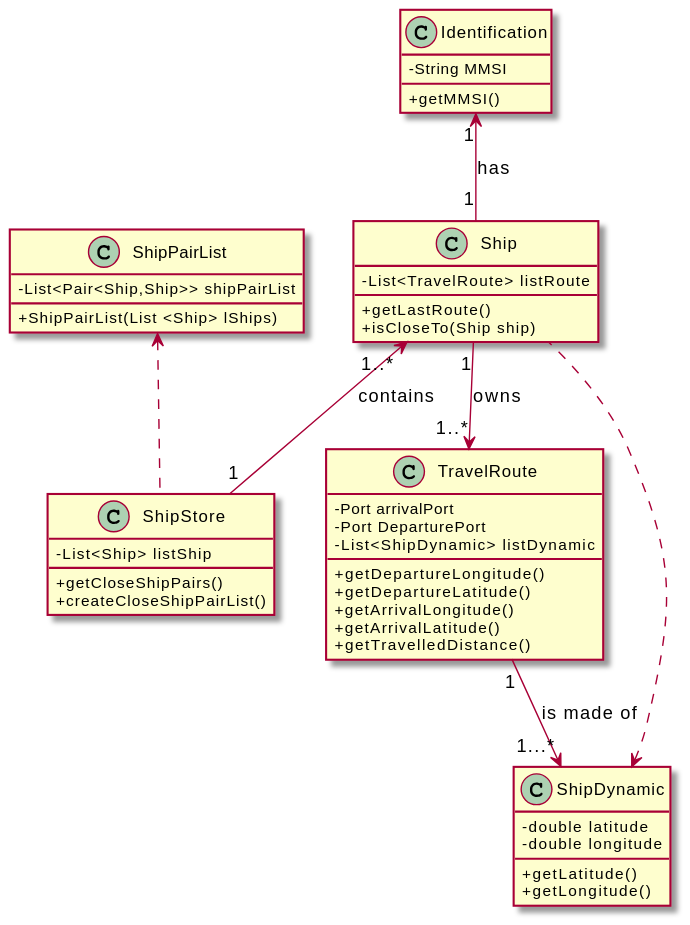
RuiRioPina/CargoMaster keeps this PlantUML diagram as docs/US107/US_107_CD.svg. Above is the earlier version.
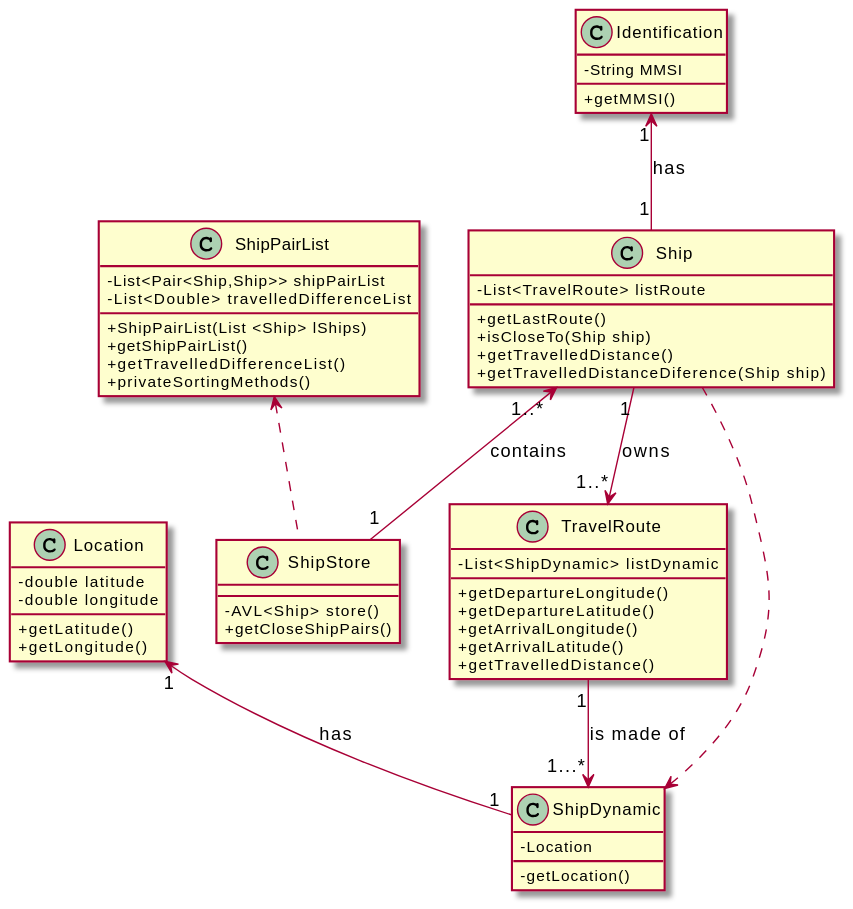
Later version of the same file.

Diff of the diagram source:
```diff
@@ -4,25 +4,32 @@
 -List<TravelRoute> listRoute
 +getLastRoute()
 +isCloseTo(Ship ship)
++getTravelledDistance()
++getTravelledDistanceDiference(Ship ship)
 }
 class ShipPairList{
 -List<Pair<Ship,Ship>> shipPairList
+-List<Double> travelledDifferenceList
 +ShipPairList(List <Ship> lShips)
++getShipPairList()
++getTravelledDifferenceList()
++privateSortingMethods()
 }
 class Identification{
 -String MMSI
 +getMMSI()
-
 }
 class ShipDynamic{
+-Location
+-getLocation()
+}
+class Location{
 -double latitude
 -double longitude
 +getLatitude()
 +getLongitude()
 }
 class TravelRoute{
--Port arrivalPort
--Port DeparturePort
 -List<ShipDynamic> listDynamic
 +getDepartureLongitude()
 +getDepartureLatitude()
@@ -31,9 +38,8 @@
 +getTravelledDistance()
 }
 Class ShipStore{
--List<Ship> listShip
+-AVL<Ship> store()
 +getCloseShipPairs()
-+createCloseShipPairList()
 }
 Ship "1" --> "1..*" TravelRoute : owns
 Identification "1" <-- "1" Ship :has
@@ -41,4 +47,5 @@
 TravelRoute "1" --> "1...*" ShipDynamic : is made of
 Ship "1..*" <-- "1" ShipStore : contains
 ShipPairList <.. ShipStore
+Location "1" <-- "1" ShipDynamic :has
 @enduml
```
